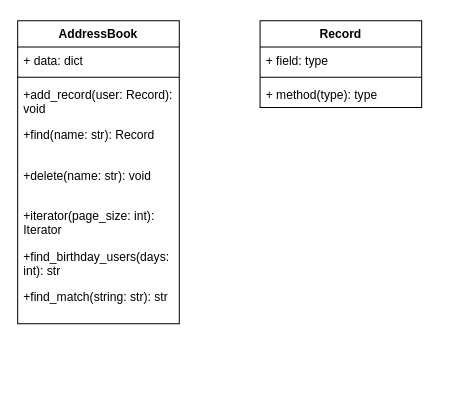
Before: personal_assistant.drawio in Andrei198203/Core_project_diagram291023, a draw.io diagram. Source tidied: cells renumbered, new cells numbered last; positions are measured from the earlier drawing's top-left corner, leaving out a move shared by most shapes. Both pictures are drawn from the tidied source at 101%, with x=0, y=0 at pixel (17, 20).
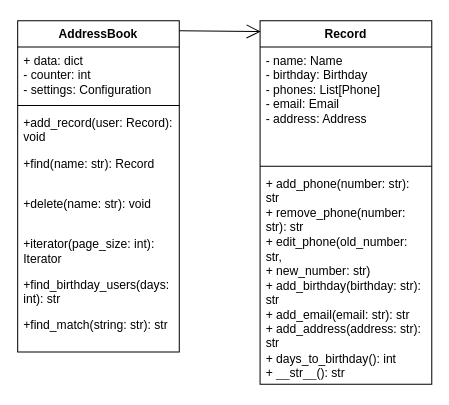
Above is the later version.

The edit, as a diff of the source:
```diff
@@
 <mxGraphModel>
   <root>
     <mxCell id="0" />
     <mxCell id="1" parent="0" />
     <mxCell id="2" value="AddressBook" style="swimlane;fontStyle=1;align=center;verticalAlign=top;horizontal=1;startSize=26;whiteSpace=wrap;html=1;" parent="1" vertex="1">
-      <mxGeometry width="160" height="300" as="geometry" />
+      <mxGeometry width="160" height="328" as="geometry" />
     </mxCell>
-    <mxCell id="3" value="+ data: dict" style="text;strokeColor=none;fillColor=none;align=left;verticalAlign=top;spacingLeft=4;spacingRight=4;overflow=hidden;whiteSpace=wrap;html=1;" parent="2" vertex="1">
-      <mxGeometry y="26" width="160" height="26" as="geometry" />
+    <mxCell id="3" value="+ data: dict&lt;br&gt;- counter: int&lt;br&gt;- settings: Configuration" style="text;strokeColor=none;fillColor=none;align=left;verticalAlign=top;spacingLeft=4;spacingRight=4;overflow=hidden;whiteSpace=wrap;html=1;" parent="2" vertex="1">
+      <mxGeometry y="26" width="160" height="54" as="geometry" />
     </mxCell>
     <mxCell id="4" style="line;strokeWidth=1;fillColor=none;align=left;verticalAlign=middle;spacingTop=-1;spacingLeft=3;spacingRight=3;labelPosition=right;strokeColor=inherit;" parent="2" vertex="1">
-      <mxGeometry y="52" width="160" height="8" as="geometry" />
+      <mxGeometry y="80" width="160" height="8" as="geometry" />
     </mxCell>
     <mxCell id="5" value="+add_record(user: Record): void" style="text;strokeColor=none;fillColor=none;align=left;verticalAlign=top;spacingLeft=4;spacingRight=4;overflow=hidden;whiteSpace=wrap;html=1;" parent="2" vertex="1">
-      <mxGeometry y="60" width="160" height="40" as="geometry" />
+      <mxGeometry y="88" width="160" height="40" as="geometry" />
     </mxCell>
     <mxCell id="6" value="+find(name: str): Record" style="text;strokeColor=none;fillColor=none;align=left;verticalAlign=top;spacingLeft=4;spacingRight=4;overflow=hidden;whiteSpace=wrap;html=1;" parent="2" vertex="1">
-      <mxGeometry y="100" width="160" height="40" as="geometry" />
+      <mxGeometry y="128" width="160" height="40" as="geometry" />
     </mxCell>
     <mxCell id="7" value="+delete(name: str): void" style="text;strokeColor=none;fillColor=none;align=left;verticalAlign=top;spacingLeft=4;spacingRight=4;overflow=hidden;whiteSpace=wrap;html=1;" parent="2" vertex="1">
-      <mxGeometry y="140" width="160" height="40" as="geometry" />
+      <mxGeometry y="168" width="160" height="40" as="geometry" />
     </mxCell>
     <mxCell id="8" value="+iterator(page_size: int): Iterator" style="text;strokeColor=none;fillColor=none;align=left;verticalAlign=top;spacingLeft=4;spacingRight=4;overflow=hidden;whiteSpace=wrap;html=1;" parent="2" vertex="1">
-      <mxGeometry y="180" width="160" height="40" as="geometry" />
+      <mxGeometry y="208" width="160" height="40" as="geometry" />
     </mxCell>
     <mxCell id="9" value="+find_birthday_users(days: int): str" style="text;strokeColor=none;fillColor=none;align=left;verticalAlign=top;spacingLeft=4;spacingRight=4;overflow=hidden;whiteSpace=wrap;html=1;" parent="2" vertex="1">
-      <mxGeometry y="220" width="160" height="40" as="geometry" />
+      <mxGeometry y="248" width="160" height="40" as="geometry" />
     </mxCell>
     <mxCell id="10" value="+find_match(string: str): str" style="text;strokeColor=none;fillColor=none;align=left;verticalAlign=top;spacingLeft=4;spacingRight=4;overflow=hidden;whiteSpace=wrap;html=1;" parent="2" vertex="1">
-      <mxGeometry y="260" width="160" height="40" as="geometry" />
+      <mxGeometry y="288" width="160" height="40" as="geometry" />
     </mxCell>
     <mxCell id="11" value="Record" style="swimlane;fontStyle=1;align=center;verticalAlign=top;horizontal=1;startSize=26;whiteSpace=wrap;html=1;" parent="1" vertex="1">
-      <mxGeometry x="240" width="160" height="86" as="geometry" />
+      <mxGeometry x="240" width="170" height="360" as="geometry" />
     </mxCell>
-    <mxCell id="12" value="+ field: type" style="text;strokeColor=none;fillColor=none;align=left;verticalAlign=top;spacingLeft=4;spacingRight=4;overflow=hidden;whiteSpace=wrap;html=1;" parent="11" vertex="1">
-      <mxGeometry y="26" width="160" height="26" as="geometry" />
+    <mxCell id="12" value="&lt;div&gt;- name: Name&amp;nbsp; &amp;nbsp; &amp;nbsp; &amp;nbsp; &amp;nbsp; &amp;nbsp; &amp;nbsp; &amp;nbsp; &amp;nbsp; &amp;nbsp; &amp;nbsp;&lt;/div&gt;&lt;div&gt;- birthday: Birthday&amp;nbsp; &amp;nbsp; &amp;nbsp; &amp;nbsp; &amp;nbsp; &amp;nbsp; &amp;nbsp;&lt;/div&gt;&lt;div&gt;- phones: List[Phone]&amp;nbsp; &amp;nbsp; &amp;nbsp; &amp;nbsp; &amp;nbsp;&amp;nbsp;&lt;/div&gt;&lt;div&gt;&lt;span style=&quot;background-color: initial;&quot;&gt;- email: Email&amp;nbsp; &amp;nbsp; &amp;nbsp; &amp;nbsp; &amp;nbsp; &amp;nbsp; &amp;nbsp; &amp;nbsp; &amp;nbsp; &amp;nbsp;&lt;/span&gt;&lt;/div&gt;&lt;div&gt;- address: Address&lt;/div&gt;" style="text;strokeColor=none;fillColor=none;align=left;verticalAlign=top;spacingLeft=4;spacingRight=4;overflow=hidden;whiteSpace=wrap;html=1;" parent="11" vertex="1">
+      <mxGeometry y="26" width="170" height="114" as="geometry" />
     </mxCell>
     <mxCell id="13" style="line;strokeWidth=1;fillColor=none;align=left;verticalAlign=middle;spacingTop=-1;spacingLeft=3;spacingRight=3;labelPosition=right;strokeColor=inherit;" parent="11" vertex="1">
-      <mxGeometry y="52" width="160" height="8" as="geometry" />
+      <mxGeometry y="140" width="170" height="8" as="geometry" />
     </mxCell>
-    <mxCell id="14" value="+ method(type): type" style="text;strokeColor=none;fillColor=none;align=left;verticalAlign=top;spacingLeft=4;spacingRight=4;overflow=hidden;whiteSpace=wrap;html=1;" parent="11" vertex="1">
-      <mxGeometry y="60" width="160" height="26" as="geometry" />
+    <mxCell id="14" value="&lt;div&gt;+ add_phone(number: str): str&amp;nbsp; &amp;nbsp;&amp;nbsp;&lt;/div&gt;&lt;div&gt;+ remove_phone(number: str): str&amp;nbsp;&lt;/div&gt;&lt;div&gt;+ edit_phone(old_number: str,&amp;nbsp; &amp;nbsp; &amp;nbsp;&lt;/div&gt;&lt;div&gt;+ new_number: str)&amp;nbsp; &amp;nbsp; &amp;nbsp; &amp;nbsp; &amp;nbsp; &amp;nbsp; &amp;nbsp; &amp;nbsp;&lt;/div&gt;&lt;div&gt;+ add_birthday(birthday: str): str&amp;nbsp;&lt;/div&gt;&lt;div&gt;+ add_email(email: str): str&amp;nbsp; &amp;nbsp; &amp;nbsp;&lt;/div&gt;&lt;div&gt;+ add_address(address: str): str&amp;nbsp;&lt;/div&gt;&lt;div&gt;+ days_to_birthday(): int&amp;nbsp; &amp;nbsp; &amp;nbsp; &amp;nbsp;&lt;/div&gt;&lt;div&gt;+ __str__(): str&amp;nbsp;&lt;/div&gt;" style="text;strokeColor=none;fillColor=none;align=left;verticalAlign=top;spacingLeft=4;spacingRight=4;overflow=hidden;whiteSpace=wrap;html=1;" parent="11" vertex="1">
+      <mxGeometry y="148" width="170" height="212" as="geometry" />
     </mxCell>
+    <mxCell id="15" style="endArrow=open;endFill=1;endSize=12;html=1;rounded=0;entryX=0.004;entryY=0.03;entryDx=0;entryDy=0;entryPerimeter=0;" parent="1" edge="1" target="11">
+      <mxGeometry relative="1" as="geometry">
+        <mxPoint x="160" y="10" as="sourcePoint" />
+      </mxGeometry>
+    </mxCell>
   </root>
 </mxGraphModel>
```
